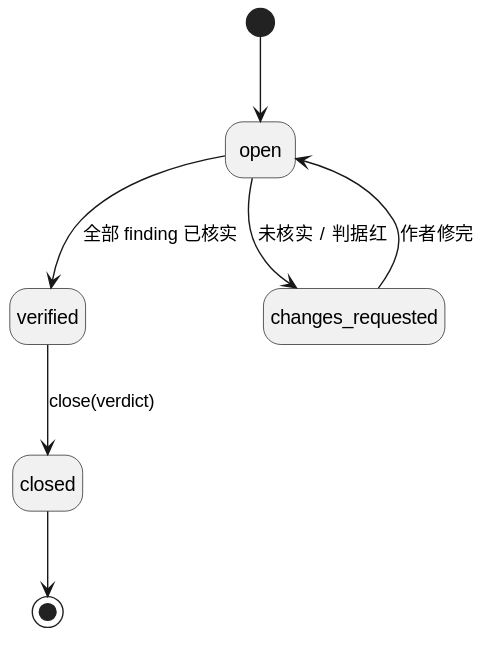
raitpor/dsh-software-dev-office keeps this PlantUML diagram as design/diagrams/uml-state-review.svg. Above is the earlier version. Its diagram source:
```plantuml
@startuml
hide empty description
[*] --> open
open --> verified : 全部 finding 已核实
verified --> closed : close(verdict)
open --> changes_requested : 未核实 / 判据红
changes_requested --> open : 作者修完
closed --> [*]
@enduml
```
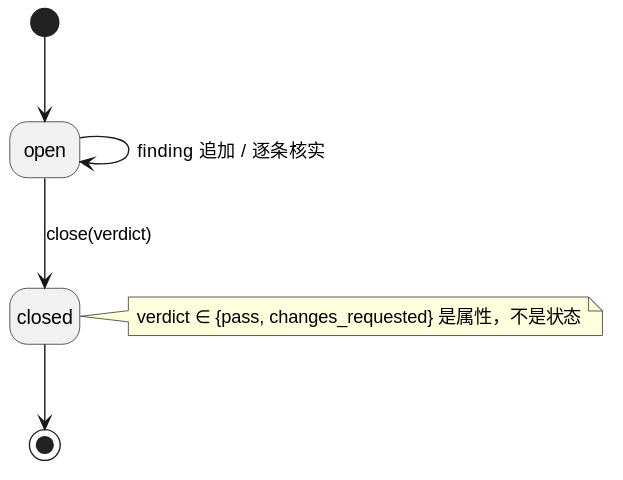
The same diagram one commit later.

What changed in the source:
```diff
@@ -1,9 +1,8 @@
 @startuml
 hide empty description
 [*] --> open
-open --> verified : 全部 finding 已核实
-verified --> closed : close(verdict)
-open --> changes_requested : 未核实 / 判据红
-changes_requested --> open : 作者修完
+open --> open : finding 追加 / 逐条核实
+open --> closed : close(verdict)
+note right of closed : verdict ∈ {pass, changes_requested} 是属性，不是状态
 closed --> [*]
 @enduml
```
